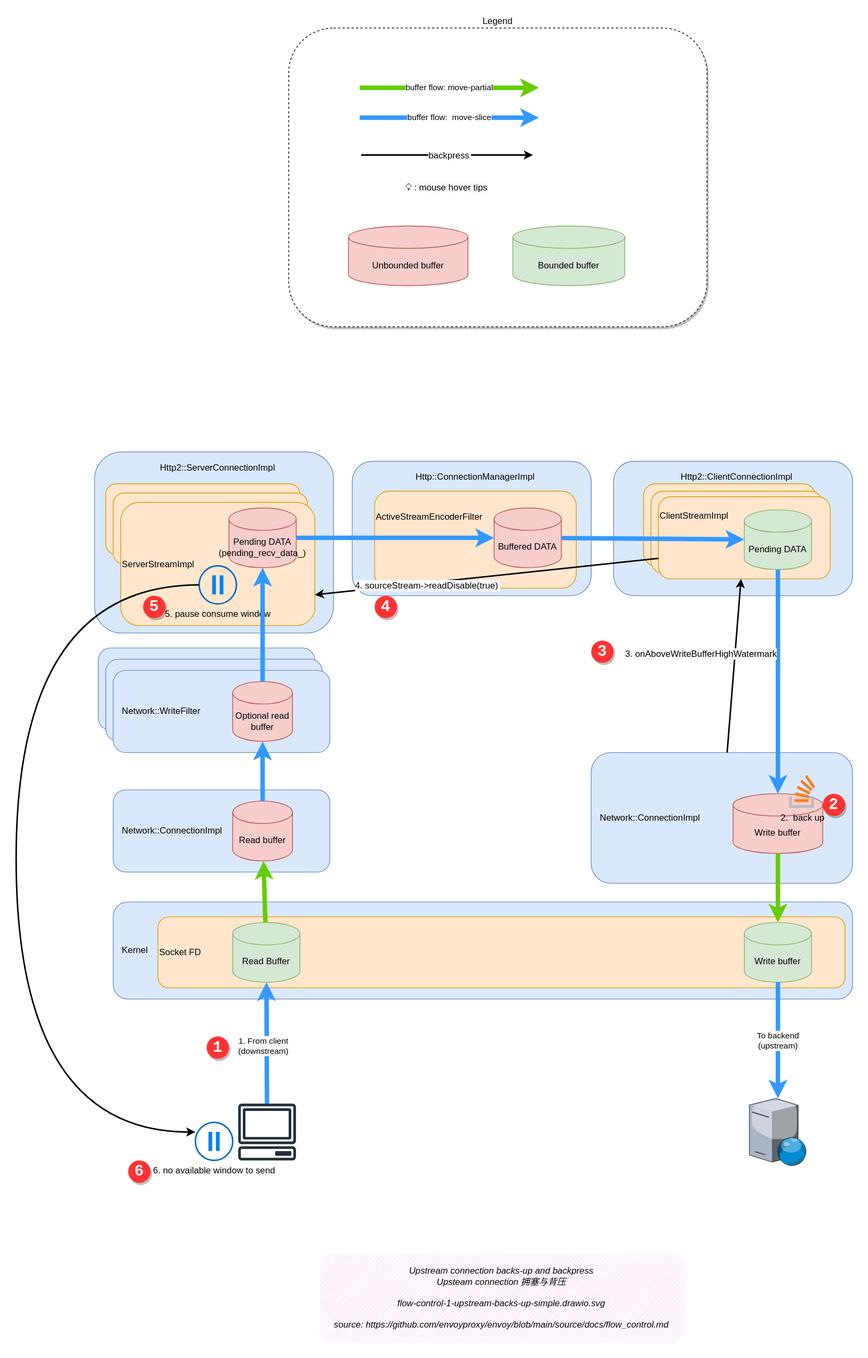
Earlier version of the draw.io export docs/source/ch2-envoy/arch/flow-control/flow-control-1-upstream-backs-up-simple.drawio.svg (labilezhu/istio-insider). Source tidied: cells renumbered, new cells last; positions are measured from the earlier drawing's top-left corner, leaving out a move shared by most shapes.
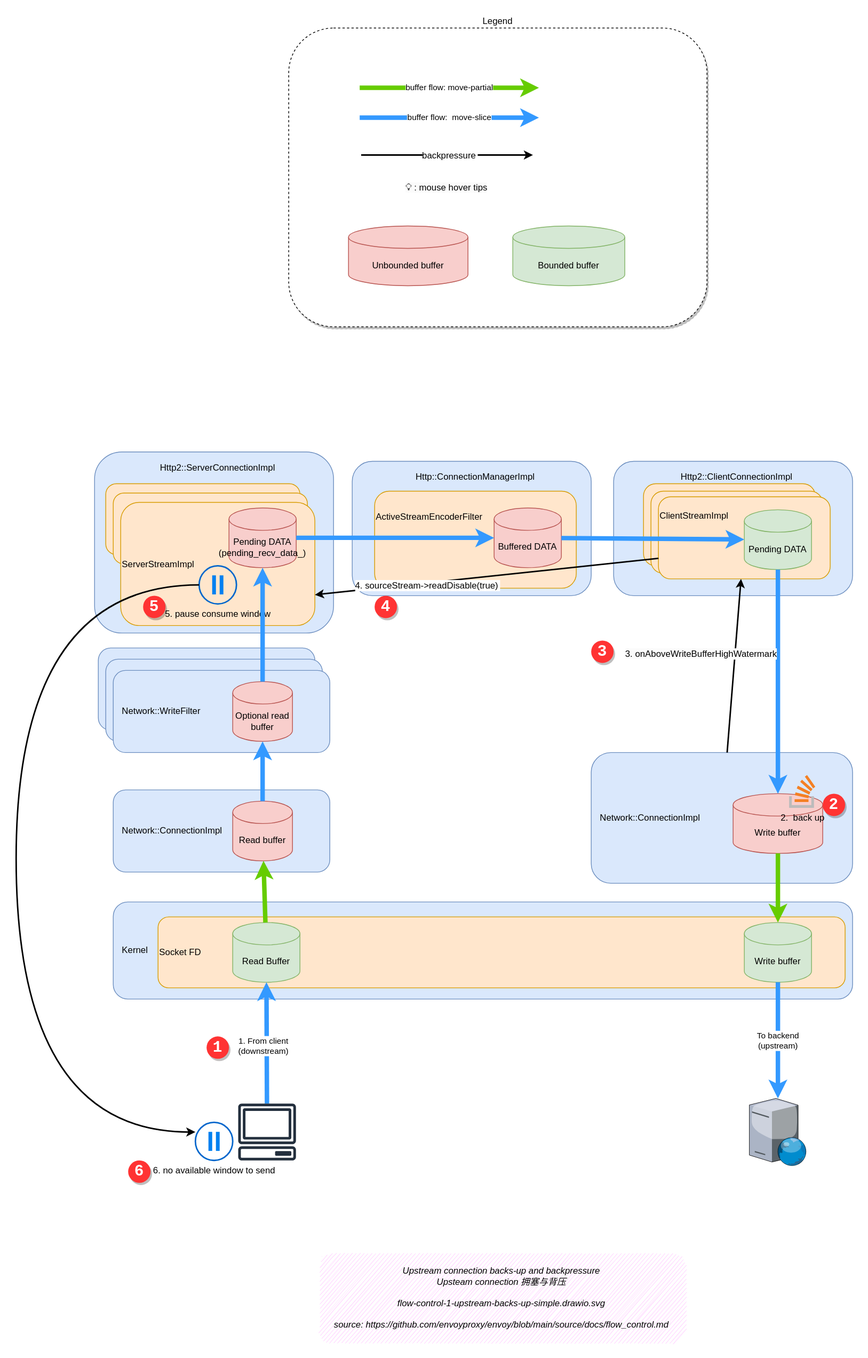
The same diagram one commit later.

What changed in the source:
```diff
@@ -14,7 +14,7 @@
     <mxCell id="5" value="Ssl::WriteFilter" style="rounded=1;whiteSpace=wrap;html=1;fillColor=#dae8fc;strokeColor=#6c8ebf;align=left;spacingLeft=10;" parent="1" vertex="1">
       <mxGeometry x="120" y="845" width="290" height="110" as="geometry" />
     </mxCell>
-    <object id="6" label="&lt;font style=&quot;&quot;&gt;Upstream connection backs-up and backpress&lt;br&gt;Upsteam connection 拥塞与背压&lt;br&gt;&lt;br&gt;%page%&lt;br&gt;&lt;br&gt;source:&amp;nbsp;&lt;a href=&quot;https://github.com/envoyproxy/envoy/blob/main/source/docs/flow_control.md&quot;&gt;https://github.com/envoyproxy/envoy/blob/main/source/docs/flow_control.md&lt;/a&gt;&lt;br&gt;&lt;/font&gt;" a="b" placeholders="1">
+    <object id="6" label="&lt;font style=&quot;&quot;&gt;Upstream connection backs-up and backpressure&lt;br&gt;Upsteam connection 拥塞与背压&lt;br&gt;&lt;br&gt;%page%&lt;br&gt;&lt;br&gt;source:&amp;nbsp;&lt;a href=&quot;https://github.com/envoyproxy/envoy/blob/main/source/docs/flow_control.md&quot;&gt;https://github.com/envoyproxy/envoy/blob/main/source/docs/flow_control.md&lt;/a&gt;&lt;br&gt;&lt;/font&gt;" a="b" placeholders="1">
       <mxCell style="text;html=1;strokeColor=none;fillColor=#FFCCFF;align=center;verticalAlign=middle;whiteSpace=wrap;rounded=1;glass=0;sketch=1;shadow=0;fontStyle=2;fontSize=12;" parent="1" vertex="1">
         <mxGeometry x="405" y="1640" width="490" height="120" as="geometry" />
       </mxCell>
@@ -189,7 +189,7 @@
     <mxCell id="60" value="6" style="ellipse;whiteSpace=wrap;html=1;labelBackgroundColor=none;strokeColor=none;fillColor=#FF3333;gradientColor=none;fontColor=#FFFFFF;fontFamily=Courier New;fontStyle=1;fontSize=21;shadow=1;" parent="1" vertex="1">
       <mxGeometry x="150" y="1516" width="30" height="30" as="geometry" />
     </mxCell>
-    <mxCell id="61" value="backpress" style="endArrow=classic;strokeWidth=2;fontSize=12;jumpStyle=arc;" parent="1" edge="1">
+    <mxCell id="61" value="backpressure" style="endArrow=classic;strokeWidth=2;fontSize=12;jumpStyle=arc;" parent="1" edge="1">
       <mxGeometry x="0.03" relative="1" as="geometry">
         <mxPoint x="462" y="170" as="sourcePoint" />
         <mxPoint x="692" y="170" as="targetPoint" />
```
